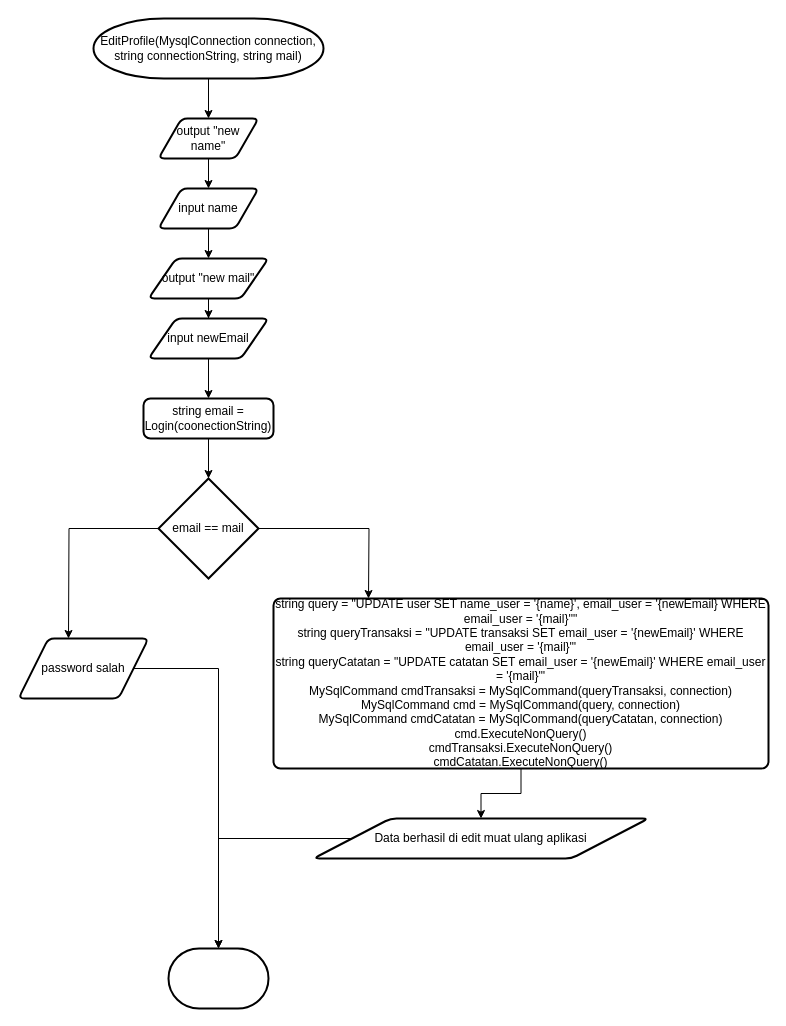
Before: page "EditProfile" (14 of 20) of Untitled Diagram.drawio in AdliXSec/FlowchartTubes, a draw.io diagram. Source tidied: cells renumbered, new cells numbered last; positions are measured from the earlier drawing's top-left corner, leaving out a move shared by most shapes. Both pictures are drawn from the tidied source at 100%, with x=0, y=0 at pixel (18, 18).
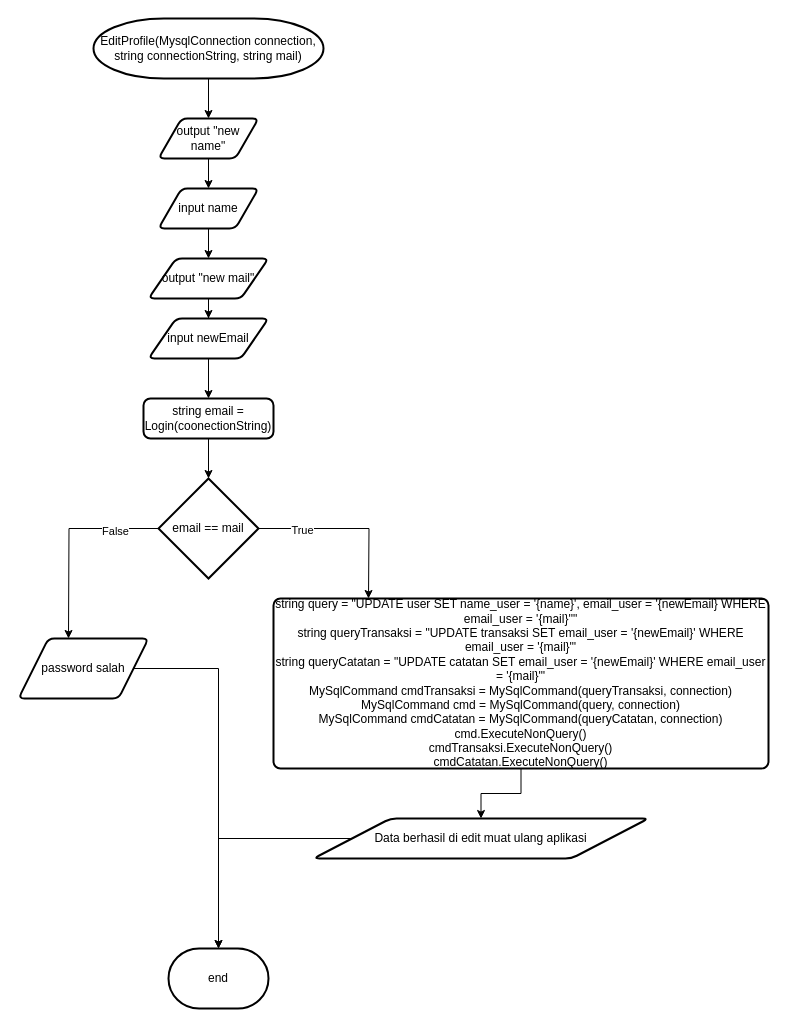
Above is the later version.

The change refers to these unchanged cells:
```xml
<mxCell id="15" style="edgeStyle=orthogonalEdgeStyle;rounded=0;jettySize=auto;html=1;exitX=0;exitY=0.5;exitDx=0;exitDy=0;exitPerimeter=0;" parent="1" edge="1" source="17">
  <mxGeometry relative="1" as="geometry">
    <mxPoint x="50" y="620" as="targetPoint" />
  </mxGeometry>
</mxCell>
<mxCell id="16" style="edgeStyle=orthogonalEdgeStyle;rounded=0;jettySize=auto;html=1;" parent="1" edge="1" source="17">
  <mxGeometry relative="1" as="geometry">
    <mxPoint x="350" y="580" as="targetPoint" />
  </mxGeometry>
</mxCell>
```

The edit, as a diff of the source:
```diff
@@
-    <mxCell id="4" style="strokeWidth=2;html=1;shape=mxgraph.flowchart.terminator;whiteSpace=wrap;" parent="1" vertex="1">
+    <mxCell id="4" value="end" style="strokeWidth=2;html=1;shape=mxgraph.flowchart.terminator;whiteSpace=wrap;" parent="1" vertex="1">
       <mxGeometry x="150" y="930" width="100" height="60" as="geometry" />
     </mxCell>
@@
+    <mxCell id="24" value="False" style="edgeLabel;html=1;align=center;verticalAlign=middle;" parent="15" vertex="1">
+      <mxGeometry x="-0.55" y="2" relative="1" as="geometry">
+        <mxPoint x="1" as="offset" />
+      </mxGeometry>
+    </mxCell>
@@
+    <mxCell id="25" value="True" style="edgeLabel;html=1;align=center;verticalAlign=middle;" parent="16" vertex="1">
+      <mxGeometry x="-0.51" y="-1" relative="1" as="geometry">
+        <mxPoint x="-1" as="offset" />
+      </mxGeometry>
+    </mxCell>
```
